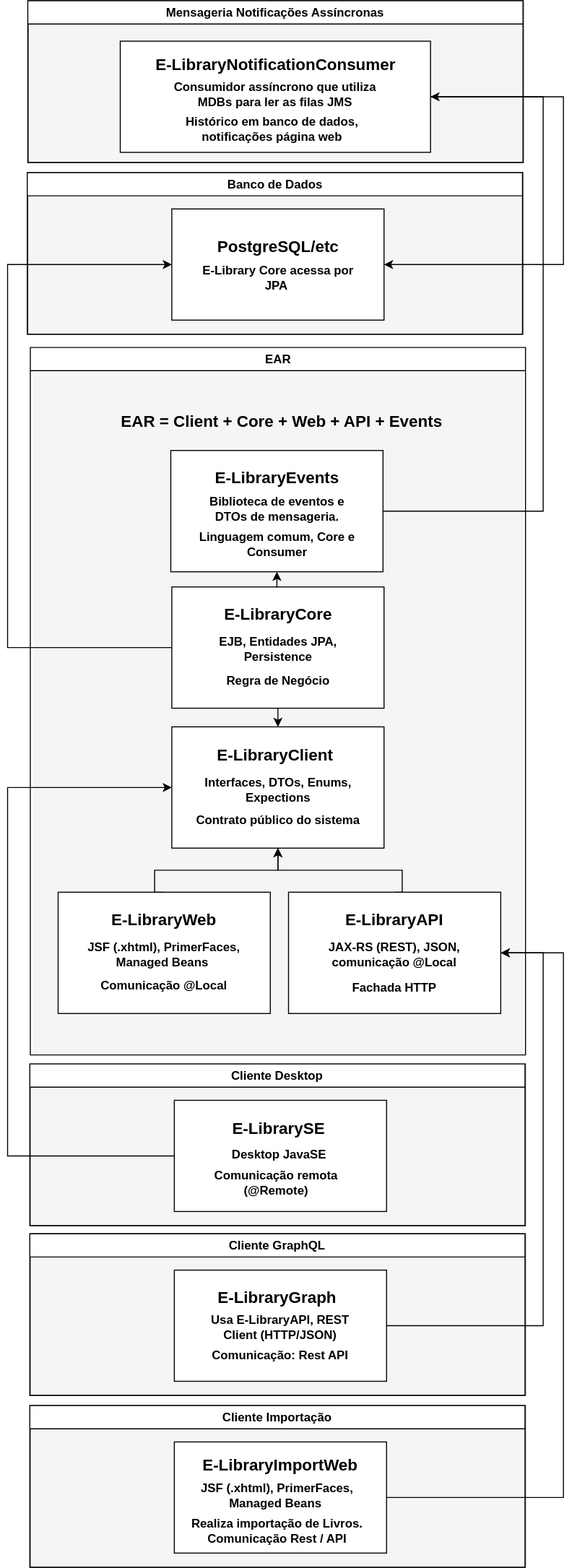
Above: assets/diagrama_ee.svg in michelleGomes85/E-Library (draw.io), before the change. Source tidied: cells renumbered, new cells last; positions are measured from the earlier drawing's top-left corner, leaving out a move shared by most shapes.
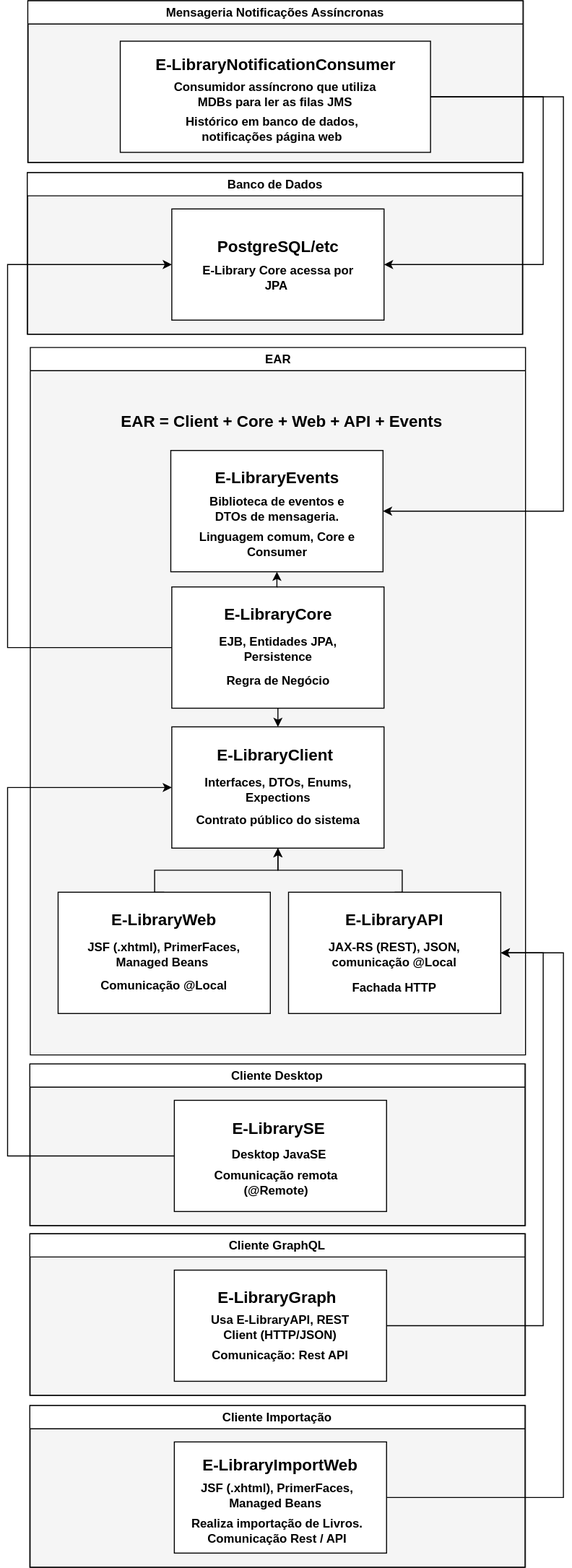
Above is the later version.

Change to the diagram source:
```diff
@@ -211,19 +211,11 @@
     <mxCell id="62" value="&lt;b&gt;Histórico em banco de dados, notificações página web&lt;/b&gt;" style="text;html=1;whiteSpace=wrap;strokeColor=none;fillColor=none;align=center;verticalAlign=middle;rounded=0;" parent="58" vertex="1">
       <mxGeometry x="139.1" y="112" width="205.8" height="30" as="geometry" />
     </mxCell>
-    <mxCell id="63" style="edgeStyle=orthogonalEdgeStyle;rounded=0;jettySize=auto;html=1;exitX=1;exitY=0.5;exitDx=0;exitDy=0;entryX=1;entryY=0.5;entryDx=0;entryDy=0;" parent="1" edge="1" source="42" target="59">
-      <mxGeometry relative="1" as="geometry">
-        <Array as="points">
-          <mxPoint x="530" y="505" />
-          <mxPoint x="530" y="95" />
-        </Array>
-      </mxGeometry>
-    </mxCell>
     <mxCell id="64" style="edgeStyle=orthogonalEdgeStyle;rounded=0;jettySize=auto;html=1;exitX=1;exitY=0.5;exitDx=0;exitDy=0;entryX=1;entryY=0.5;entryDx=0;entryDy=0;" parent="1" edge="1" source="59" target="4">
       <mxGeometry relative="1" as="geometry">
         <Array as="points">
-          <mxPoint x="550" y="95" />
-          <mxPoint x="550" y="261" />
+          <mxPoint x="530" y="95" />
+          <mxPoint x="530" y="261" />
         </Array>
       </mxGeometry>
     </mxCell>
@@ -235,5 +227,13 @@
         </Array>
       </mxGeometry>
     </mxCell>
+    <mxCell id="66" style="edgeStyle=orthogonalEdgeStyle;rounded=0;jettySize=auto;html=1;exitX=1;exitY=0.5;exitDx=0;exitDy=0;entryX=1;entryY=0.5;entryDx=0;entryDy=0;" parent="1" edge="1" source="59" target="42">
+      <mxGeometry relative="1" as="geometry">
+        <Array as="points">
+          <mxPoint x="550" y="95" />
+          <mxPoint x="550" y="505" />
+        </Array>
+      </mxGeometry>
+    </mxCell>
   </root>
 </mxGraphModel>
```
